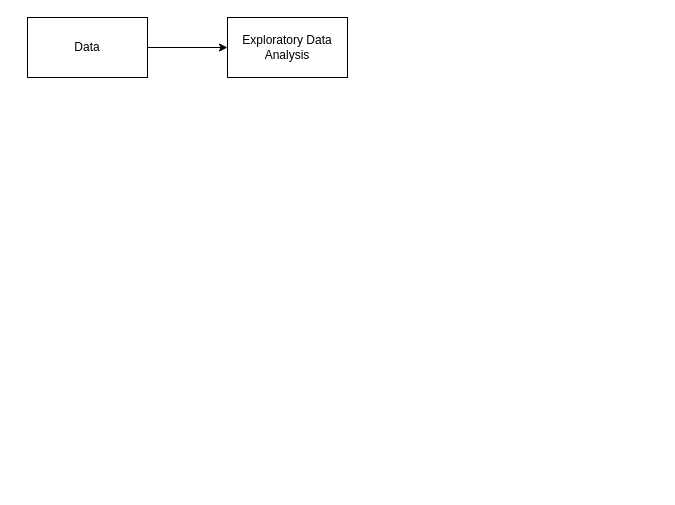
The draw.io diagram Clustering_Process.drawio in ajbsarmi/K_Means_Clustering_GG, before the edit. Source tidied: cells renumbered, new cells numbered last; positions are measured from the earlier drawing's top-left corner, leaving out a move shared by most shapes. Both pictures are drawn from the tidied source at 100%, with x=0, y=0 at pixel (27, 17).
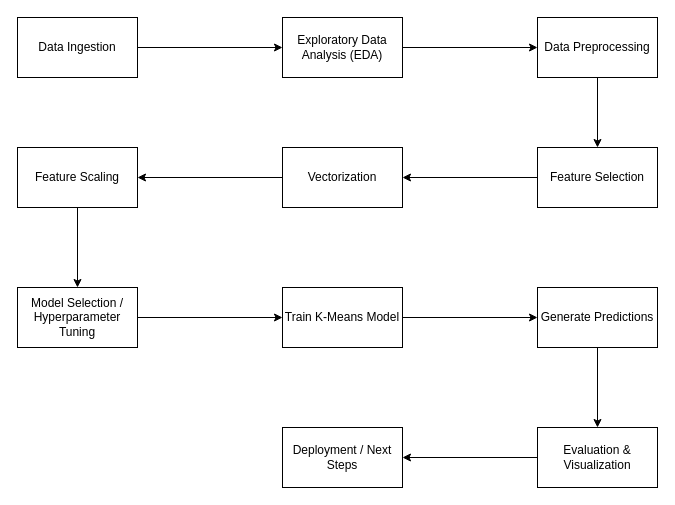
After the change.

What changed in the source:
```diff
@@
-    <mxCell id="3" value="Data" style="rounded=0;whiteSpace=wrap;html=1;" parent="1" vertex="1">
-      <mxGeometry width="120" height="60" as="geometry" />
+    <mxCell id="3" value="Data Ingestion" style="rounded=0;whiteSpace=wrap;html=1;" parent="1" vertex="1">
+      <mxGeometry x="-10" width="120" height="60" as="geometry" />
     </mxCell>
+    <mxCell id="5" style="edgeStyle=orthogonalEdgeStyle;rounded=0;jettySize=auto;html=1;" parent="1" edge="1" source="4" target="7">
+      <mxGeometry relative="1" as="geometry" />
+    </mxCell>
-    <mxCell id="4" value="Exploratory Data Analysis" style="rounded=0;whiteSpace=wrap;html=1;" parent="1" vertex="1">
-      <mxGeometry x="200" width="120" height="60" as="geometry" />
+    <mxCell id="4" value="Exploratory Data Analysis (EDA)" style="rounded=0;whiteSpace=wrap;html=1;" parent="1" vertex="1">
+      <mxGeometry x="255" width="120" height="60" as="geometry" />
     </mxCell>
+    <mxCell id="6" style="edgeStyle=orthogonalEdgeStyle;rounded=0;jettySize=auto;html=1;" parent="1" edge="1" source="7" target="9">
+      <mxGeometry relative="1" as="geometry" />
+    </mxCell>
+    <mxCell id="7" value="Data Preprocessing" style="rounded=0;whiteSpace=wrap;html=1;" parent="1" vertex="1">
+      <mxGeometry x="510" width="120" height="60" as="geometry" />
+    </mxCell>
+    <mxCell id="8" style="edgeStyle=orthogonalEdgeStyle;rounded=0;jettySize=auto;html=1;" parent="1" edge="1" source="9" target="11">
+      <mxGeometry relative="1" as="geometry" />
+    </mxCell>
+    <mxCell id="9" value="Feature Selection" style="whiteSpace=wrap;html=1;rounded=0;" parent="1" vertex="1">
+      <mxGeometry x="510" y="130" width="120" height="60" as="geometry" />
+    </mxCell>
+    <mxCell id="10" style="edgeStyle=orthogonalEdgeStyle;rounded=0;jettySize=auto;html=1;" parent="1" edge="1" source="11" target="13">
+      <mxGeometry relative="1" as="geometry" />
+    </mxCell>
+    <mxCell id="11" value="Vectorization" style="whiteSpace=wrap;html=1;rounded=0;" parent="1" vertex="1">
+      <mxGeometry x="255" y="130" width="120" height="60" as="geometry" />
+    </mxCell>
+    <mxCell id="12" style="edgeStyle=orthogonalEdgeStyle;rounded=0;jettySize=auto;html=1;" parent="1" edge="1" source="13" target="15">
+      <mxGeometry relative="1" as="geometry" />
+    </mxCell>
+    <mxCell id="13" value="Feature Scaling" style="whiteSpace=wrap;html=1;rounded=0;" parent="1" vertex="1">
+      <mxGeometry x="-10" y="130" width="120" height="60" as="geometry" />
+    </mxCell>
+    <mxCell id="14" style="edgeStyle=orthogonalEdgeStyle;rounded=0;jettySize=auto;html=1;" parent="1" edge="1" source="15" target="17">
+      <mxGeometry relative="1" as="geometry" />
+    </mxCell>
+    <mxCell id="15" value="Model Selection / Hyperparameter Tuning" style="whiteSpace=wrap;html=1;rounded=0;" parent="1" vertex="1">
+      <mxGeometry x="-10" y="270" width="120" height="60" as="geometry" />
+    </mxCell>
+    <mxCell id="16" style="edgeStyle=orthogonalEdgeStyle;rounded=0;jettySize=auto;html=1;" parent="1" edge="1" source="17" target="19">
+      <mxGeometry relative="1" as="geometry" />
+    </mxCell>
+    <mxCell id="17" value="Train K-Means Model" style="whiteSpace=wrap;html=1;rounded=0;" parent="1" vertex="1">
+      <mxGeometry x="255" y="270" width="120" height="60" as="geometry" />
+    </mxCell>
+    <mxCell id="18" style="edgeStyle=orthogonalEdgeStyle;rounded=0;jettySize=auto;html=1;" parent="1" edge="1" source="19" target="21">
+      <mxGeometry relative="1" as="geometry" />
+    </mxCell>
+    <mxCell id="19" value="Generate Predictions" style="whiteSpace=wrap;html=1;rounded=0;" parent="1" vertex="1">
+      <mxGeometry x="510" y="270" width="120" height="60" as="geometry" />
+    </mxCell>
+    <mxCell id="20" style="edgeStyle=orthogonalEdgeStyle;rounded=0;jettySize=auto;html=1;" parent="1" edge="1" source="21" target="22">
+      <mxGeometry relative="1" as="geometry" />
+    </mxCell>
+    <mxCell id="21" value="Evaluation &amp;amp; Visualization" style="whiteSpace=wrap;html=1;rounded=0;" parent="1" vertex="1">
+      <mxGeometry x="510" y="410" width="120" height="60" as="geometry" />
+    </mxCell>
+    <mxCell id="22" value="&lt;div&gt;Deployment / Next Steps&lt;/div&gt;" style="whiteSpace=wrap;html=1;rounded=0;" parent="1" vertex="1">
+      <mxGeometry x="255" y="410" width="120" height="60" as="geometry" />
+    </mxCell>
```
